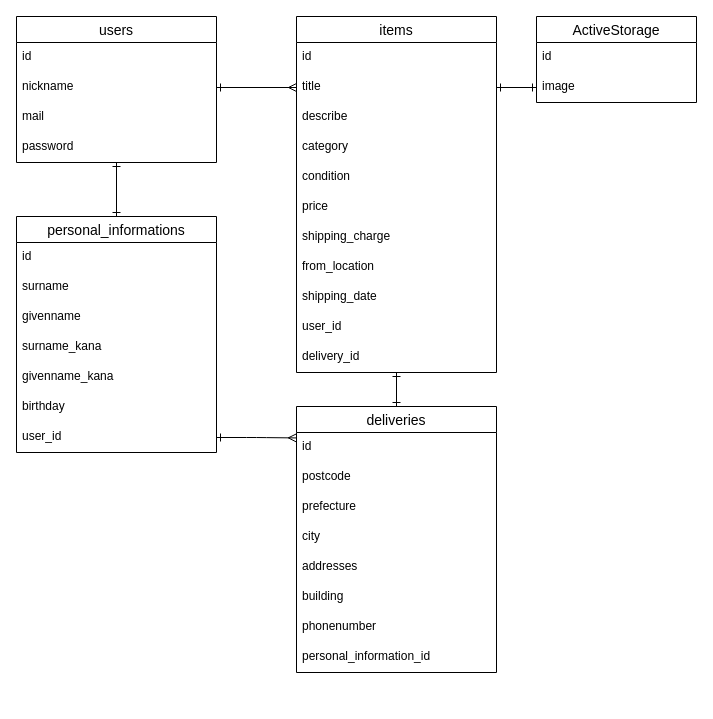
This is README.dio from sawara711/furima-39619, a draw.io file, before an edit. Source tidied: cells renumbered, new cells numbered last; positions are measured from the earlier drawing's top-left corner, leaving out a move shared by most shapes. Both pictures are drawn from the tidied source at 100%, with x=0, y=0 at pixel (16, 16).
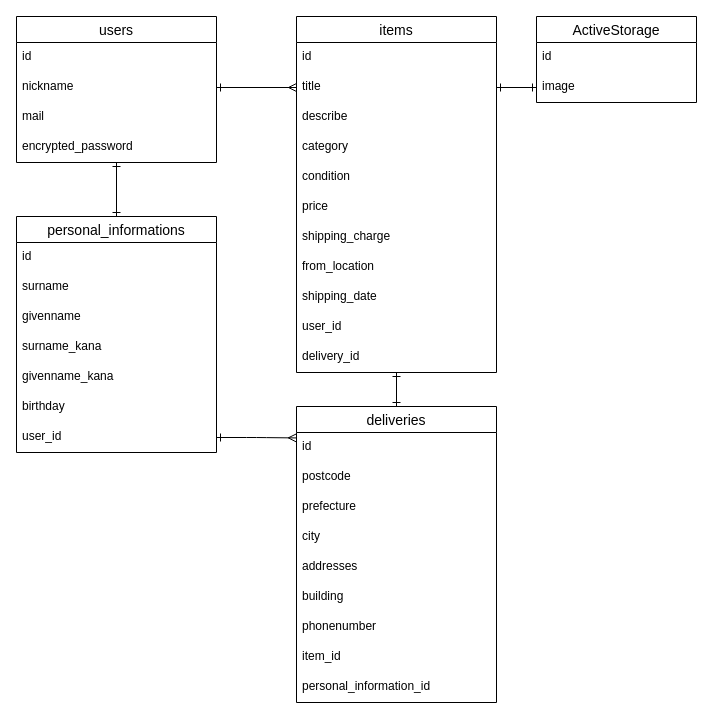
Above is the later version.

The change refers to these unchanged cells:
```xml
<mxCell id="33" value="users" style="swimlane;fontStyle=0;horizontal=1;startSize=26;align=center;fontSize=14;" parent="1" vertex="1">
  <mxGeometry width="200" height="146" as="geometry" />
</mxCell>
```

Change to the diagram source:
```diff
@@
     <mxCell id="23" value="deliveries" style="swimlane;fontStyle=0;horizontal=1;startSize=26;align=center;fontSize=14;" parent="1" vertex="1">
-      <mxGeometry x="280" y="390" width="200" height="266" as="geometry" />
+      <mxGeometry x="280" y="390" width="200" height="296" as="geometry" />
     </mxCell>
@@
+    <mxCell id="44" value="item_id" style="text;strokeColor=none;fillColor=none;spacingLeft=4;spacingRight=4;overflow=hidden;fontSize=12;" parent="23" vertex="1">
+      <mxGeometry y="236" width="200" height="30" as="geometry" />
+    </mxCell>
     <mxCell id="31" value="personal_information_id" style="text;strokeColor=none;fillColor=none;spacingLeft=4;spacingRight=4;overflow=hidden;fontSize=12;" parent="23" vertex="1">
-      <mxGeometry y="236" width="200" height="30" as="geometry" />
+      <mxGeometry y="266" width="200" height="30" as="geometry" />
     </mxCell>
@@
-    <mxCell id="37" value="password" style="text;strokeColor=none;fillColor=none;spacingLeft=4;spacingRight=4;overflow=hidden;fontSize=12;" parent="33" vertex="1">
+    <mxCell id="37" value="encrypted_password" style="text;strokeColor=none;fillColor=none;spacingLeft=4;spacingRight=4;overflow=hidden;fontSize=12;" parent="33" vertex="1">
       <mxGeometry y="116" width="200" height="30" as="geometry" />
     </mxCell>
```
